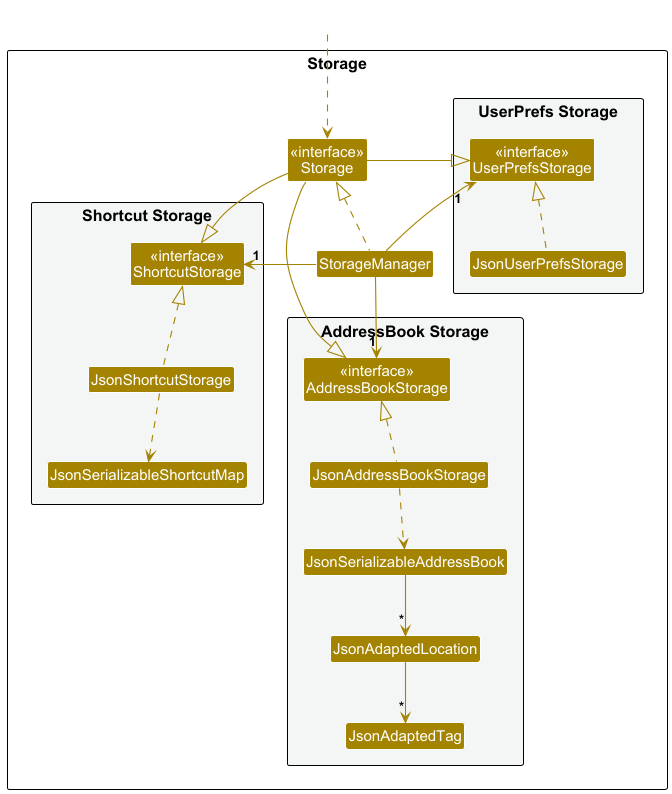
foysalAhm10/tp keeps this PlantUML diagram as docs/images/StorageClassDiagram.png. Above is the earlier version.
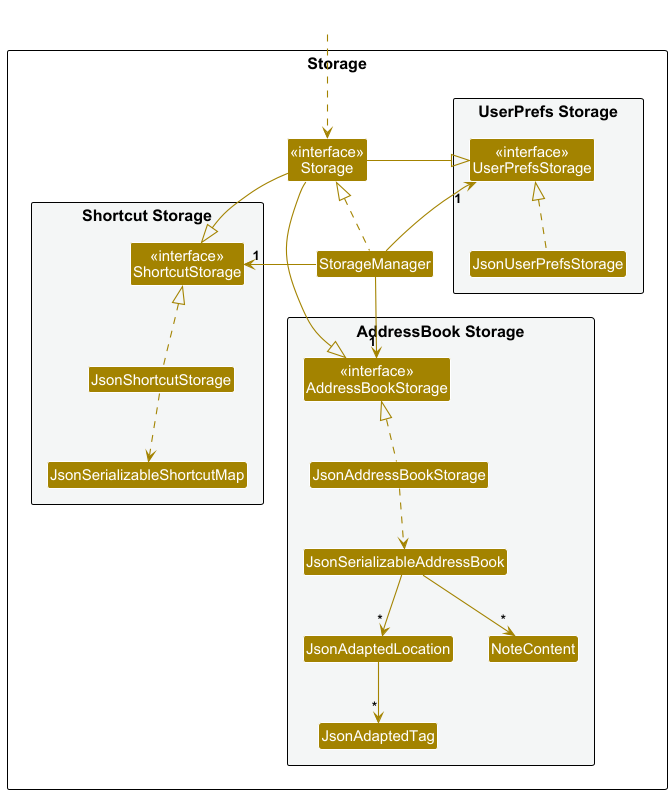
The same file after the commit.

The edit, as a diff of the source:
```diff
@@ -26,6 +26,7 @@
 Class JsonSerializableAddressBook
 Class JsonAdaptedLocation
 Class JsonAdaptedTag
+Class NoteContent
 }
 
 }
@@ -48,6 +49,7 @@
 JsonAddressBookStorage .up.|> AddressBookStorage
 JsonAddressBookStorage ..> JsonSerializableAddressBook
 JsonSerializableAddressBook --> "*" JsonAdaptedLocation
+JsonSerializableAddressBook --> "*" NoteContent
 JsonAdaptedLocation --> "*" JsonAdaptedTag
 
 @enduml
```
